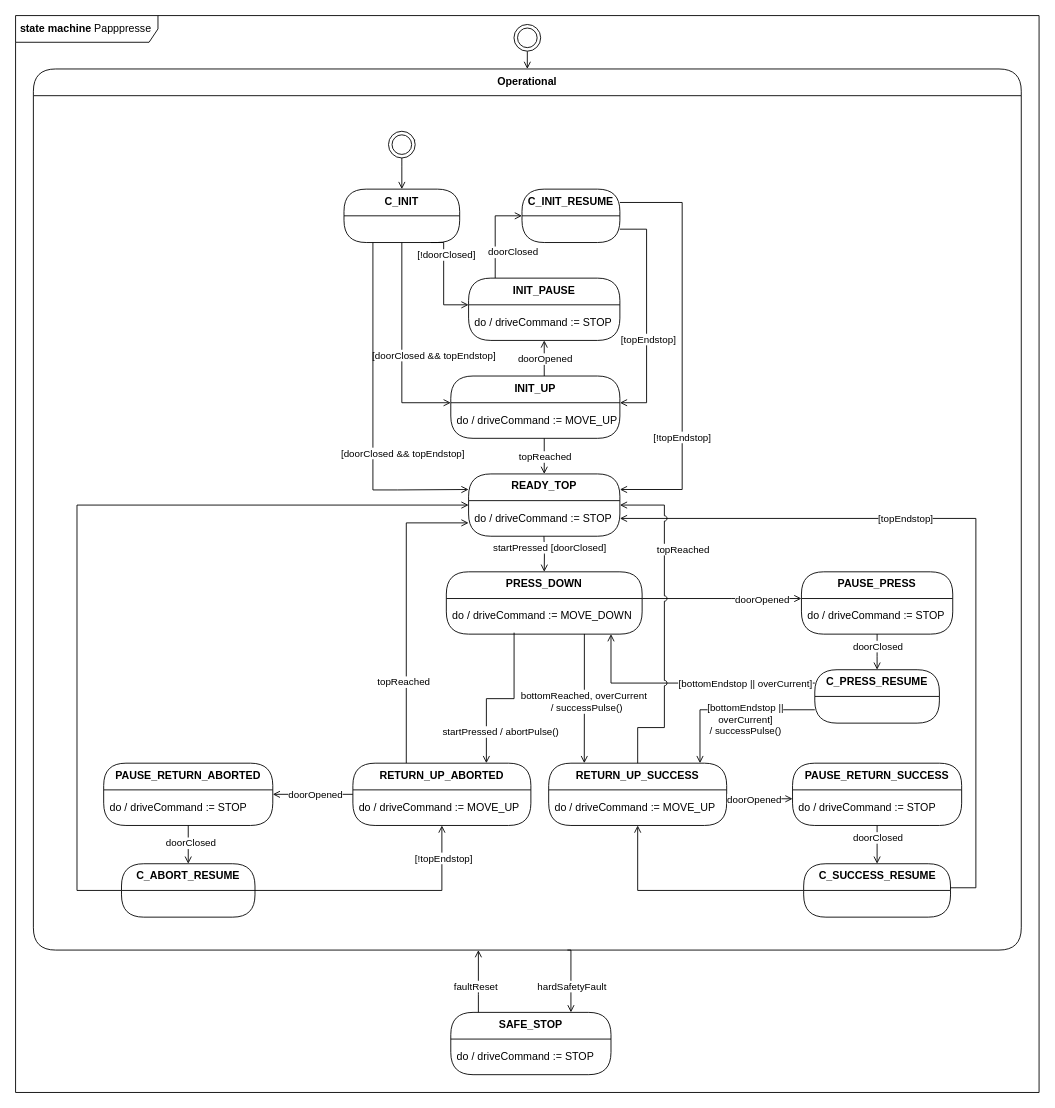
Before: diagrams/state machine Papppresse.drawio in niklasdathe/Papppresse, a draw.io diagram. Source tidied: cells renumbered, new cells numbered last; positions are measured from the earlier drawing's top-left corner, leaving out a move shared by most shapes. Both pictures are drawn from the tidied source at 89%, with x=0, y=0 at pixel (15, 15).
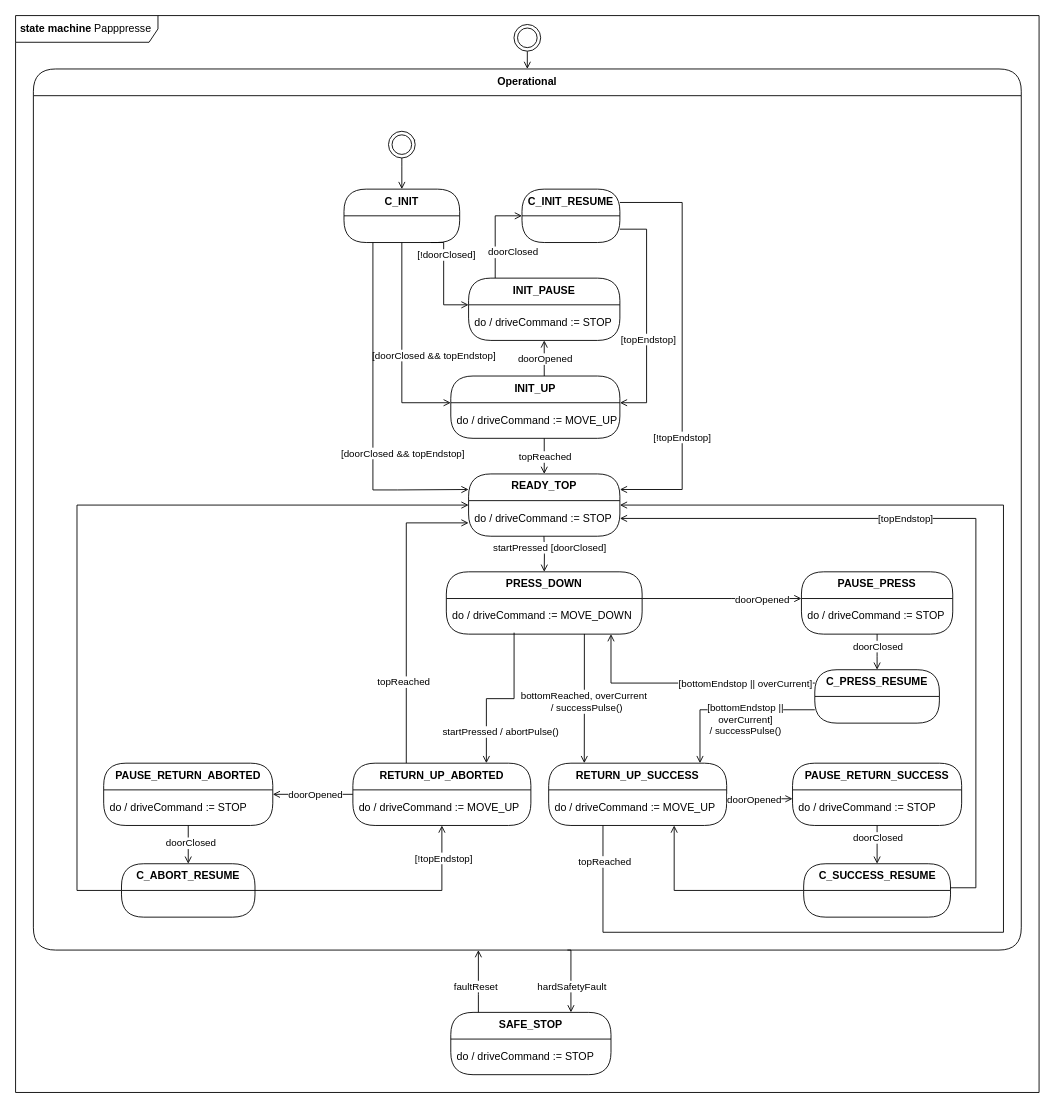
After the change.

The change refers to these unchanged cells:
```xml
<mxCell id="18" value="READY_TOP" style="swimlane;fontStyle=1;align=center;verticalAlign=top;horizontal=1;startSize=30;html=1;rounded=1;absoluteArcSize=1;arcSize=50;whiteSpace=wrap;" parent="1" vertex="1">
  <mxGeometry x="509" y="515" width="170" height="70" as="geometry" />
</mxCell>
<mxCell id="28" value="RETURN_UP_SUCCESS" style="swimlane;fontStyle=1;align=center;verticalAlign=top;horizontal=1;startSize=30;html=1;rounded=1;absoluteArcSize=1;arcSize=50;whiteSpace=wrap;" parent="1" vertex="1">
  <mxGeometry x="599" y="840" width="200" height="70" as="geometry" />
</mxCell>
<mxCell id="29" value="do / driveCommand := MOVE_UP" style="fillColor=none;strokeColor=none;align=left;verticalAlign=middle;spacingLeft=5;whiteSpace=wrap;html=1;" parent="28" vertex="1">
  <mxGeometry y="30" width="200" height="40" as="geometry" />
</mxCell>
<mxCell id="72" value="C_SUCCESS_RESUME" style="swimlane;fontStyle=1;align=center;verticalAlign=top;horizontal=1;startSize=30;html=1;rounded=1;absoluteArcSize=1;arcSize=50;whiteSpace=wrap;" parent="1" vertex="1">
  <mxGeometry x="885.5" y="953" width="165" height="60" as="geometry" />
</mxCell>
```

Change to the diagram source:
```diff
@@
-    <mxCell id="71" style="edgeStyle=orthogonalEdgeStyle;rounded=0;jettySize=auto;html=1;entryX=0.5;entryY=1;entryDx=0;entryDy=0;endArrow=open;endFill=0;" parent="1" edge="1" source="72" target="29">
-      <mxGeometry relative="1" as="geometry" />
+    <mxCell id="71" style="edgeStyle=orthogonalEdgeStyle;rounded=0;jettySize=auto;html=1;endArrow=open;endFill=0;" parent="1" edge="1" source="72" target="28">
+      <mxGeometry relative="1" as="geometry">
+        <Array as="points">
+          <mxPoint x="740" y="983" />
+        </Array>
+      </mxGeometry>
     </mxCell>
@@
-    <mxCell id="77" style="edgeStyle=orthogonalEdgeStyle;rounded=0;jettySize=auto;html=1;endArrow=open;endFill=0;exitX=0.5;exitY=0;exitDx=0;exitDy=0;jumpStyle=arc;" parent="1" edge="1" source="28" target="18">
+    <mxCell id="77" style="edgeStyle=orthogonalEdgeStyle;rounded=0;jettySize=auto;html=1;endArrow=open;endFill=0;jumpStyle=arc;" parent="1" edge="1" source="28" target="18">
       <mxGeometry relative="1" as="geometry">
         <Array as="points">
-          <mxPoint x="699" y="800" />
-          <mxPoint x="729" y="800" />
-          <mxPoint x="729" y="550" />
+          <mxPoint x="660" y="1030" />
+          <mxPoint x="1110" y="1030" />
+          <mxPoint x="1110" y="550" />
         </Array>
       </mxGeometry>
     </mxCell>
     <mxCell id="78" value="topReached" style="edgeLabel;html=1;align=center;verticalAlign=middle;" parent="77" vertex="1">
       <mxGeometry x="-0.25" y="1" relative="1" as="geometry">
-        <mxPoint x="21" y="-132" as="offset" />
+        <mxPoint x="-434" y="-79" as="offset" />
       </mxGeometry>
     </mxCell>
```
